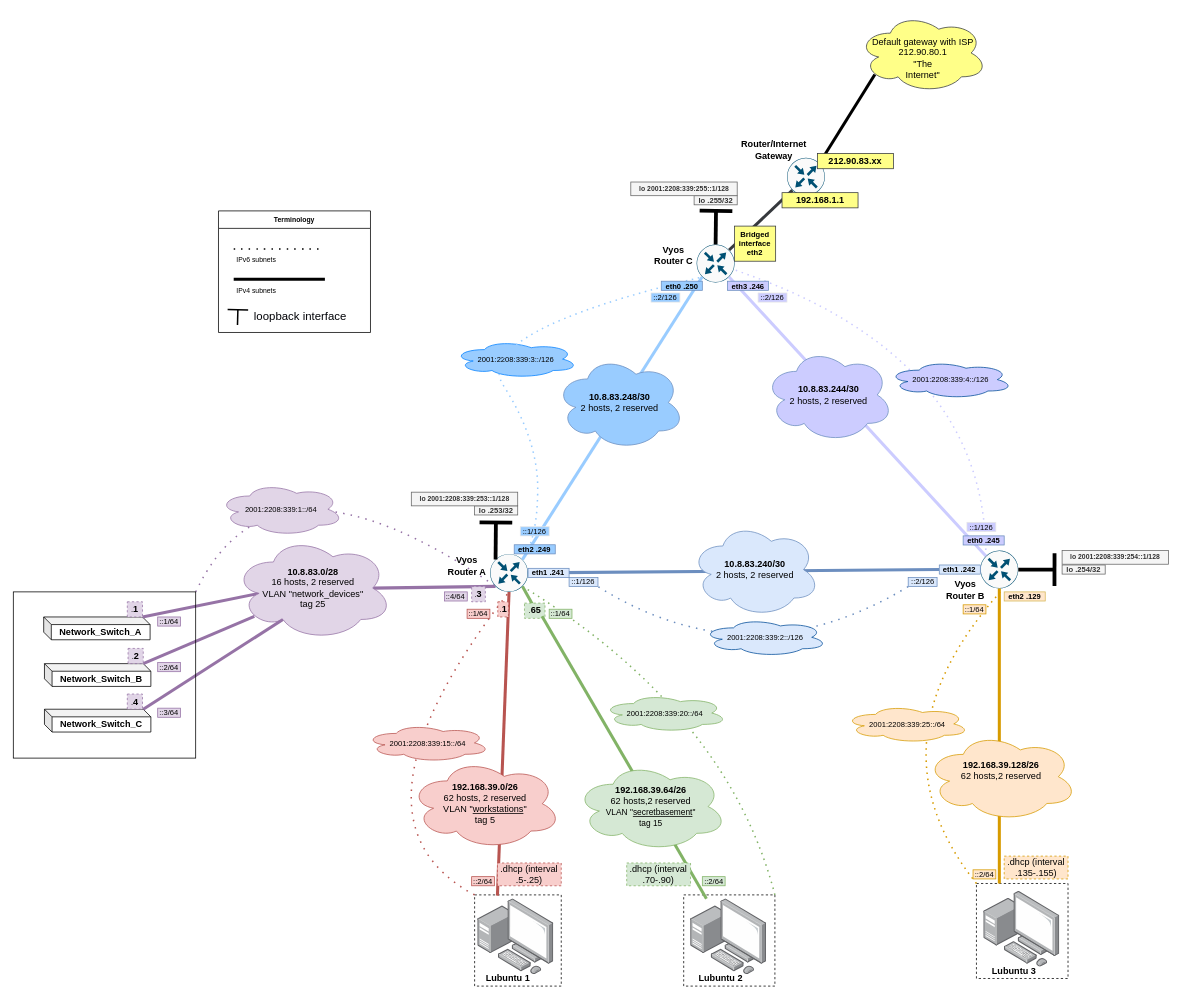
Before: page "Logical Topology" (2 of 4) of documentation/E17/E17NetworkCharts.drawio in Kjersheim/DataNetworksIntro2023, a draw.io diagram. Source tidied: cells renumbered, new cells numbered last; positions are measured from the earlier drawing's top-left corner, leaving out a move shared by most shapes. Both pictures are drawn from the tidied source at 76%, with x=0, y=0 at pixel (13, 13).
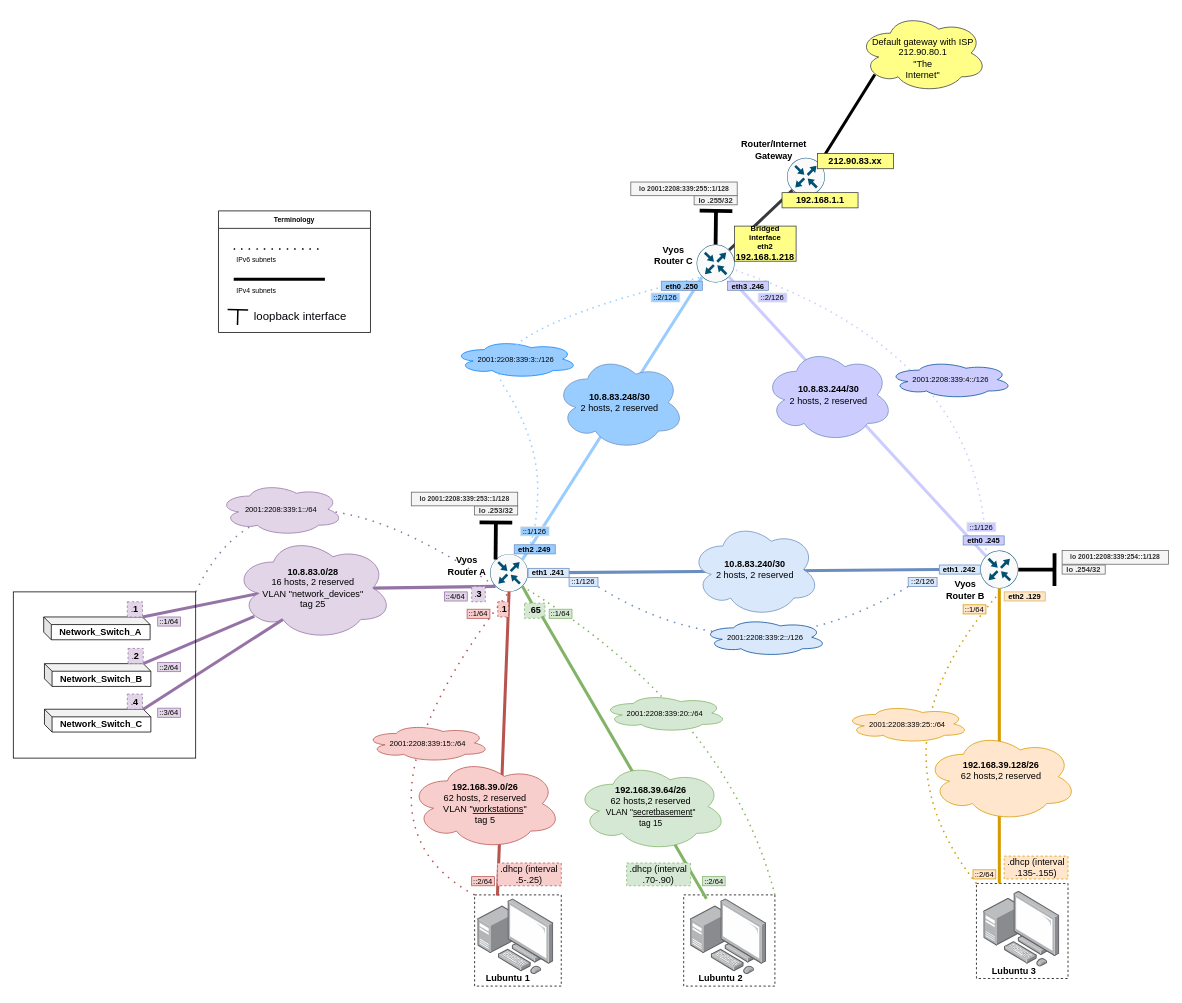
The same diagram, later.

The edit, as a diff of the source:
```diff
@@
-    <mxCell id="62" value="Bridged interface&lt;br&gt;eth2" style="text;strokeColor=#36393d;align=center;fillColor=#ffff88;html=1;verticalAlign=middle;whiteSpace=wrap;rounded=0;rotation=0;fontStyle=1;fontSize=10;" parent="1" vertex="1">
-      <mxGeometry x="949.1" y="280" width="54" height="46.2" as="geometry" />
+    <mxCell id="62" value="Bridged interface&lt;br&gt;eth2&lt;br&gt;&lt;b style=&quot;border-color: var(--border-color); font-size: 12px;&quot;&gt;192.168.1.218&lt;/b&gt;" style="text;strokeColor=#36393d;align=center;fillColor=#ffff88;html=1;verticalAlign=middle;whiteSpace=wrap;rounded=0;rotation=0;fontStyle=1;fontSize=10;" parent="1" vertex="1">
+      <mxGeometry x="949.1" y="280" width="80.9" height="46.2" as="geometry" />
     </mxCell>
```
